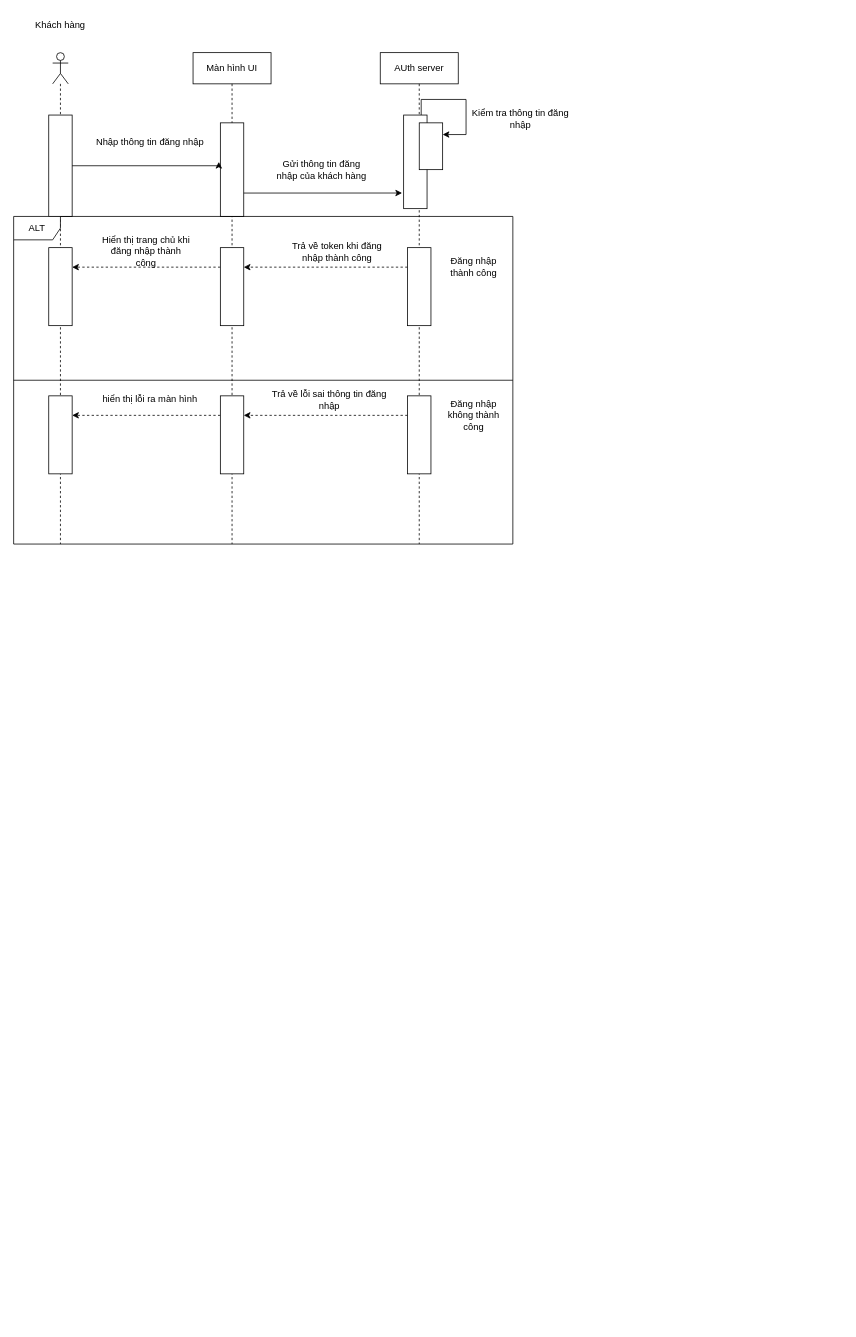
HungNguyen254/HNKS25CNTT1_IT105_Session10_BTTH1 keeps this draw.io diagram as BTTH1SS10.drawio. Above is the earlier version. Source tidied: cells renumbered, new cells numbered last; positions are measured from the earlier drawing's top-left corner, leaving out a move shared by most shapes. Both pictures are drawn from the tidied source at 78%, with x=0, y=0 at pixel (9, 13).
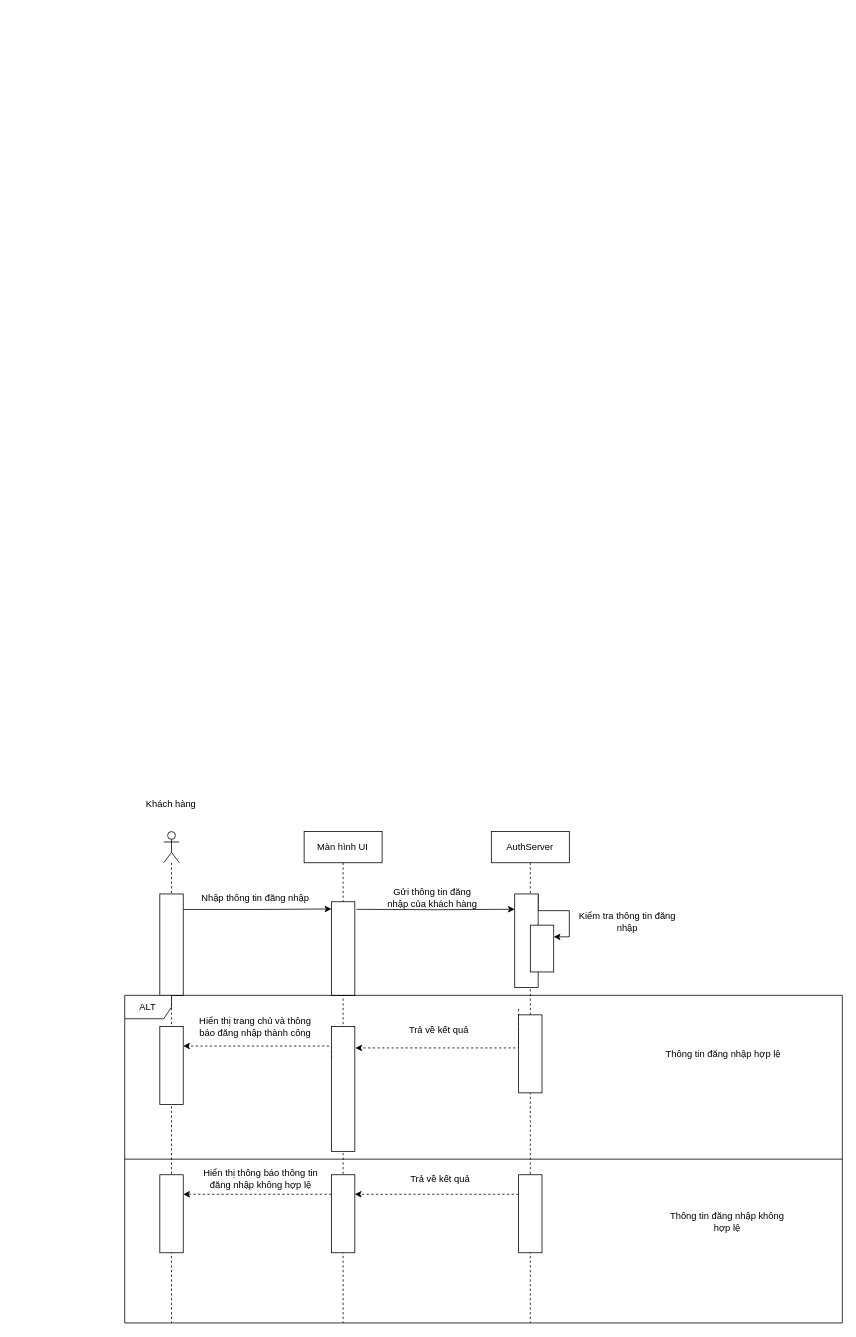
The same diagram, later.

The edit, as a diff of the source:
```diff
@@
-    <mxCell id="2" style="shape=umlLifeline;perimeter=lifelinePerimeter;whiteSpace=wrap;html=1;newEdgeStyle={&quot;curved&quot;:0,&quot;rounded&quot;:0};participant=umlActor;" parent="1" vertex="1">
-      <mxGeometry x="55" y="50" width="20" height="630" as="geometry" />
-    </mxCell>
+    <mxCell id="34" style="shape=umlLifeline;perimeter=lifelinePerimeter;whiteSpace=wrap;html=1;newEdgeStyle={&quot;curved&quot;:0,&quot;rounded&quot;:0};participant=umlActor;" parent="1" vertex="1">
+      <mxGeometry x="197.4" y="1048.6" width="20" height="630" as="geometry" />
+    </mxCell>
     <mxCell id="3" value="Khách hàng" style="text;html=1;whiteSpace=wrap;strokeColor=none;fillColor=none;align=center;verticalAlign=middle;rounded=0;" parent="1" vertex="1">
-      <mxGeometry x="25" width="80" height="30" as="geometry" />
+      <mxGeometry x="167.4" y="998.6" width="80" height="30" as="geometry" />
     </mxCell>
-    <mxCell id="4" value="AUth server" style="shape=umlLifeline;perimeter=lifelinePerimeter;whiteSpace=wrap;html=1;newEdgeStyle={&quot;curved&quot;:0,&quot;rounded&quot;:0};" parent="1" vertex="1">
-      <mxGeometry x="475" y="50" width="100" height="630" as="geometry" />
-    </mxCell>
+    <mxCell id="35" value="AuthServer" style="shape=umlLifeline;perimeter=lifelinePerimeter;whiteSpace=wrap;html=1;newEdgeStyle={&quot;curved&quot;:0,&quot;rounded&quot;:0};" parent="1" vertex="1">
+      <mxGeometry x="617.4" y="1048.6" width="100" height="630" as="geometry" />
+    </mxCell>
     <mxCell id="5" value="Màn hình UI" style="shape=umlLifeline;perimeter=lifelinePerimeter;whiteSpace=wrap;html=1;newEdgeStyle={&quot;curved&quot;:0,&quot;rounded&quot;:0};" parent="1" vertex="1">
-      <mxGeometry x="235" y="50" width="100" height="630" as="geometry" />
+      <mxGeometry x="377.4" y="1048.6" width="100" height="630" as="geometry" />
     </mxCell>
-    <mxCell id="6" style="whiteSpace=wrap;html=1;rotation=90;" parent="1" vertex="1">
-      <mxGeometry y="180" width="130" height="30" as="geometry" />
-    </mxCell>
-    <mxCell id="7" style="edgeStyle=orthogonalEdgeStyle;rounded=0;jettySize=auto;html=1;exitX=0;exitY=0.25;exitDx=0;exitDy=0;entryX=0.25;entryY=0;entryDx=0;entryDy=0;" parent="1" edge="1" source="8" target="14">
-      <mxGeometry relative="1" as="geometry">
-        <Array as="points">
-          <mxPoint x="527.5" y="110" />
-          <mxPoint x="585" y="110" />
-          <mxPoint x="585" y="155" />
-        </Array>
-      </mxGeometry>
-    </mxCell>
-    <mxCell id="8" style="whiteSpace=wrap;html=1;rotation=90;" parent="1" vertex="1">
-      <mxGeometry x="460" y="175" width="120" height="30" as="geometry" />
-    </mxCell>
-    <mxCell id="9" style="whiteSpace=wrap;html=1;rotation=90;" parent="1" vertex="1">
-      <mxGeometry x="225" y="185" width="120" height="30" as="geometry" />
-    </mxCell>
-    <mxCell id="10" style="edgeStyle=orthogonalEdgeStyle;rounded=0;jettySize=auto;html=1;exitX=0.5;exitY=0;exitDx=0;exitDy=0;entryX=0.417;entryY=1.067;entryDx=0;entryDy=0;entryPerimeter=0;" parent="1" edge="1" source="6" target="9">
-      <mxGeometry relative="1" as="geometry">
-        <Array as="points">
-          <mxPoint x="268" y="195" />
-        </Array>
-      </mxGeometry>
-    </mxCell>
+    <mxCell id="36" style="whiteSpace=wrap;html=1;rotation=90;" parent="1" vertex="1">
+      <mxGeometry x="142.4" y="1178.6" width="130" height="30" as="geometry" />
+    </mxCell>
+    <mxCell id="37" style="edgeStyle=orthogonalEdgeStyle;rounded=0;jettySize=auto;html=1;exitX=0;exitY=0;exitDx=0;exitDy=0;entryX=0.25;entryY=0;entryDx=0;entryDy=0;" parent="1" edge="1" source="38" target="41">
+      <mxGeometry relative="1" as="geometry">
+        <Array as="points">
+          <mxPoint x="677.4" y="1150" />
+          <mxPoint x="717.4" y="1150" />
+          <mxPoint x="717.4" y="1183.6" />
+        </Array>
+      </mxGeometry>
+    </mxCell>
+    <mxCell id="38" style="whiteSpace=wrap;html=1;rotation=90;" parent="1" vertex="1">
+      <mxGeometry x="602.4" y="1173.6" width="120" height="30" as="geometry" />
+    </mxCell>
+    <mxCell id="39" style="whiteSpace=wrap;html=1;rotation=90;" parent="1" vertex="1">
+      <mxGeometry x="367.4" y="1183.6" width="120" height="30" as="geometry" />
+    </mxCell>
     <mxCell id="11" value="Nhập thông tin đăng nhập" style="text;html=1;whiteSpace=wrap;strokeColor=none;fillColor=none;align=center;verticalAlign=middle;rounded=0;" parent="1" vertex="1">
-      <mxGeometry x="105" y="150" width="150" height="30" as="geometry" />
+      <mxGeometry x="240" y="1118.6" width="150" height="30" as="geometry" />
     </mxCell>
-    <mxCell id="12" style="edgeStyle=orthogonalEdgeStyle;rounded=0;jettySize=auto;html=1;exitX=0.75;exitY=0;exitDx=0;exitDy=0;entryX=0.833;entryY=1.067;entryDx=0;entryDy=0;entryPerimeter=0;" parent="1" edge="1" source="9" target="8">
-      <mxGeometry relative="1" as="geometry" />
-    </mxCell>
+    <mxCell id="40" style="edgeStyle=orthogonalEdgeStyle;rounded=0;orthogonalLoop=1;jettySize=auto;html=1;exitX=0.75;exitY=0;exitDx=0;exitDy=0;entryX=0.833;entryY=1.067;entryDx=0;entryDy=0;entryPerimeter=0;" parent="1" edge="1">
+      <mxGeometry relative="1" as="geometry">
+        <mxPoint x="444.5" y="1148.3" as="sourcePoint" />
+        <mxPoint x="647.4" y="1148.2" as="targetPoint" />
+      </mxGeometry>
+    </mxCell>
     <mxCell id="13" value="Gửi thông tin đăng nhập của khách hàng" style="text;html=1;whiteSpace=wrap;strokeColor=none;fillColor=none;align=center;verticalAlign=middle;rounded=0;" parent="1" vertex="1">
-      <mxGeometry x="335" y="185" width="130" height="30" as="geometry" />
+      <mxGeometry x="477.4" y="1118.6" width="130" height="30" as="geometry" />
     </mxCell>
-    <mxCell id="14" style="whiteSpace=wrap;html=1;rotation=90;" parent="1" vertex="1">
-      <mxGeometry x="510" y="155" width="60" height="30" as="geometry" />
-    </mxCell>
+    <mxCell id="41" style="whiteSpace=wrap;html=1;rotation=90;" parent="1" vertex="1">
+      <mxGeometry x="652.4" y="1183.6" width="60" height="30" as="geometry" />
+    </mxCell>
     <mxCell id="15" value="Kiểm tra thông tin đăng nhập" style="text;html=1;whiteSpace=wrap;strokeColor=none;fillColor=none;align=center;verticalAlign=middle;rounded=0;" parent="1" vertex="1">
-      <mxGeometry x="585" y="120" width="140" height="30" as="geometry" />
+      <mxGeometry x="722" y="1148.6" width="140" height="30" as="geometry" />
     </mxCell>
     <mxCell id="16" value="ALT" style="shape=umlFrame;whiteSpace=wrap;html=1;" parent="1" vertex="1">
-      <mxGeometry x="5" y="260" width="640" height="420" as="geometry" />
+      <mxGeometry x="147.4" y="1258.6" width="920" height="420" as="geometry" />
     </mxCell>
-    <mxCell id="17" style="edgeStyle=orthogonalEdgeStyle;rounded=0;jettySize=auto;html=1;exitX=0.25;exitY=1;exitDx=0;exitDy=0;entryX=0.25;entryY=0;entryDx=0;entryDy=0;dashed=1;" parent="1" edge="1" source="18" target="20">
-      <mxGeometry relative="1" as="geometry" />
-    </mxCell>
-    <mxCell id="18" style="whiteSpace=wrap;html=1;rotation=90;" parent="1" vertex="1">
-      <mxGeometry x="475" y="335" width="100" height="30" as="geometry" />
-    </mxCell>
-    <mxCell id="19" style="edgeStyle=orthogonalEdgeStyle;rounded=0;jettySize=auto;html=1;exitX=0.25;exitY=1;exitDx=0;exitDy=0;entryX=0.25;entryY=0;entryDx=0;entryDy=0;dashed=1;" parent="1" edge="1" source="20" target="21">
-      <mxGeometry relative="1" as="geometry" />
-    </mxCell>
-    <mxCell id="20" style="whiteSpace=wrap;html=1;rotation=90;" parent="1" vertex="1">
-      <mxGeometry x="235" y="335" width="100" height="30" as="geometry" />
-    </mxCell>
-    <mxCell id="21" style="whiteSpace=wrap;html=1;rotation=90;" parent="1" vertex="1">
-      <mxGeometry x="15" y="335" width="100" height="30" as="geometry" />
-    </mxCell>
-    <mxCell id="22" value="Trả về token khi đăng nhập thành công" style="text;html=1;whiteSpace=wrap;strokeColor=none;fillColor=none;align=center;verticalAlign=middle;rounded=0;" parent="1" vertex="1">
-      <mxGeometry x="355" y="290" width="130" height="30" as="geometry" />
-    </mxCell>
-    <mxCell id="23" value="Hiển thị trang chủ khi đăng nhập thành công" style="text;html=1;whiteSpace=wrap;strokeColor=none;fillColor=none;align=center;verticalAlign=middle;rounded=0;" parent="1" vertex="1">
-      <mxGeometry x="115" y="290" width="120" height="30" as="geometry" />
-    </mxCell>
-    <mxCell id="24" style="line;strokeWidth=1;fillColor=none;align=left;verticalAlign=middle;spacingTop=-1;spacingLeft=3;spacingRight=3;labelPosition=right;strokeColor=inherit;" parent="1" vertex="1">
-      <mxGeometry x="5" y="466" width="640" height="8" as="geometry" />
-    </mxCell>
-    <mxCell id="25" value="Đăng nhập thành công" style="text;html=1;whiteSpace=wrap;strokeColor=none;fillColor=none;align=center;verticalAlign=middle;rounded=0;" parent="1" vertex="1">
-      <mxGeometry x="555" y="310" width="80" height="30" as="geometry" />
-    </mxCell>
-    <mxCell id="26" style="edgeStyle=orthogonalEdgeStyle;rounded=0;jettySize=auto;html=1;exitX=0.25;exitY=1;exitDx=0;exitDy=0;entryX=0.25;entryY=0;entryDx=0;entryDy=0;dashed=1;" parent="1" edge="1" source="27" target="29">
-      <mxGeometry relative="1" as="geometry" />
-    </mxCell>
-    <mxCell id="27" style="whiteSpace=wrap;html=1;rotation=90;" parent="1" vertex="1">
-      <mxGeometry x="475" y="525" width="100" height="30" as="geometry" />
-    </mxCell>
-    <mxCell id="28" style="edgeStyle=orthogonalEdgeStyle;rounded=0;jettySize=auto;html=1;exitX=0.25;exitY=1;exitDx=0;exitDy=0;entryX=0.25;entryY=0;entryDx=0;entryDy=0;dashed=1;" parent="1" edge="1" source="29" target="30">
-      <mxGeometry relative="1" as="geometry" />
-    </mxCell>
-    <mxCell id="29" style="whiteSpace=wrap;html=1;rotation=90;" parent="1" vertex="1">
-      <mxGeometry x="235" y="525" width="100" height="30" as="geometry" />
-    </mxCell>
-    <mxCell id="30" style="whiteSpace=wrap;html=1;rotation=90;" parent="1" vertex="1">
-      <mxGeometry x="15" y="525" width="100" height="30" as="geometry" />
-    </mxCell>
-    <mxCell id="31" value="Đăng nhập không thành công" style="text;html=1;whiteSpace=wrap;strokeColor=none;fillColor=none;align=center;verticalAlign=middle;rounded=0;" parent="1" vertex="1">
-      <mxGeometry x="550" y="500" width="90" height="30" as="geometry" />
-    </mxCell>
-    <mxCell id="32" value="Trả về lỗi sai thông tin đăng nhập" style="text;html=1;whiteSpace=wrap;strokeColor=none;fillColor=none;align=center;verticalAlign=middle;rounded=0;" parent="1" vertex="1">
-      <mxGeometry x="335" y="480" width="150" height="30" as="geometry" />
-    </mxCell>
-    <mxCell id="33" value="hiển thị lỗi ra màn hình" style="text;html=1;whiteSpace=wrap;strokeColor=none;fillColor=none;align=center;verticalAlign=middle;rounded=0;" parent="1" vertex="1">
-      <mxGeometry x="105" y="480" width="150" height="30" as="geometry" />
-    </mxCell>
+    <mxCell id="42" style="edgeStyle=orthogonalEdgeStyle;rounded=0;orthogonalLoop=1;jettySize=auto;html=1;exitX=0.5;exitY=1;exitDx=0;exitDy=0;entryX=0.803;entryY=-0.025;entryDx=0;entryDy=0;dashed=1;entryPerimeter=0;" parent="1" edge="1">
+      <mxGeometry relative="1" as="geometry">
+        <mxPoint x="652.4" y="1276" as="sourcePoint" />
+        <mxPoint x="443.2" y="1326" as="targetPoint" />
+        <Array as="points">
+          <mxPoint x="652.4" y="1326" />
+        </Array>
+      </mxGeometry>
+    </mxCell>
+    <mxCell id="43" style="whiteSpace=wrap;html=1;rotation=90;" parent="1" vertex="1">
+      <mxGeometry x="617.4" y="1318.6" width="100" height="30" as="geometry" />
+    </mxCell>
+    <mxCell id="44" style="edgeStyle=orthogonalEdgeStyle;rounded=0;jettySize=auto;html=1;exitX=0.25;exitY=1;exitDx=0;exitDy=0;entryX=0.25;entryY=0;entryDx=0;entryDy=0;dashed=1;" parent="1" edge="1" source="45" target="46">
+      <mxGeometry relative="1" as="geometry">
+        <Array as="points">
+          <mxPoint x="412.4" y="1323.5" />
+        </Array>
+      </mxGeometry>
+    </mxCell>
+    <mxCell id="45" style="whiteSpace=wrap;html=1;rotation=90;" parent="1" vertex="1">
+      <mxGeometry x="347.4" y="1363.6" width="160" height="30" as="geometry" />
+    </mxCell>
+    <mxCell id="46" style="whiteSpace=wrap;html=1;rotation=90;" parent="1" vertex="1">
+      <mxGeometry x="157.4" y="1333.6" width="100" height="30" as="geometry" />
+    </mxCell>
+    <mxCell id="47" value="Trả về kết quả&amp;nbsp;" style="text;html=1;whiteSpace=wrap;strokeColor=none;fillColor=none;align=center;verticalAlign=middle;rounded=0;" parent="1" vertex="1">
+      <mxGeometry x="487.4" y="1288.6" width="130" height="30" as="geometry" />
+    </mxCell>
+    <mxCell id="48" value="Hiển thị trang chủ và thông báo đăng nhập thành công" style="text;html=1;whiteSpace=wrap;strokeColor=none;fillColor=none;align=center;verticalAlign=middle;rounded=0;" parent="1" vertex="1">
+      <mxGeometry x="240" y="1283.6" width="150" height="30" as="geometry" />
+    </mxCell>
+    <mxCell id="49" style="line;strokeWidth=1;fillColor=none;align=left;verticalAlign=middle;spacingTop=-1;spacingLeft=3;spacingRight=3;labelPosition=right;strokeColor=inherit;" parent="1" vertex="1">
+      <mxGeometry x="147.4" y="1464.6" width="920" height="8" as="geometry" />
+    </mxCell>
+    <mxCell id="50" value="Thông tin đăng nhập hợp lệ" style="text;html=1;whiteSpace=wrap;strokeColor=none;fillColor=none;align=center;verticalAlign=middle;rounded=0;" parent="1" vertex="1">
+      <mxGeometry x="835" y="1288.6" width="160" height="90" as="geometry" />
+    </mxCell>
+    <mxCell id="51" style="edgeStyle=orthogonalEdgeStyle;rounded=0;jettySize=auto;html=1;exitX=0.25;exitY=1;exitDx=0;exitDy=0;entryX=0.25;entryY=0;entryDx=0;entryDy=0;dashed=1;" parent="1" edge="1" source="52" target="54">
+      <mxGeometry relative="1" as="geometry" />
+    </mxCell>
+    <mxCell id="52" style="whiteSpace=wrap;html=1;rotation=90;" parent="1" vertex="1">
+      <mxGeometry x="617.4" y="1523.6" width="100" height="30" as="geometry" />
+    </mxCell>
+    <mxCell id="53" style="edgeStyle=orthogonalEdgeStyle;rounded=0;jettySize=auto;html=1;exitX=0.25;exitY=1;exitDx=0;exitDy=0;entryX=0.25;entryY=0;entryDx=0;entryDy=0;dashed=1;" parent="1" edge="1" source="54" target="55">
+      <mxGeometry relative="1" as="geometry" />
+    </mxCell>
+    <mxCell id="54" style="whiteSpace=wrap;html=1;rotation=90;" parent="1" vertex="1">
+      <mxGeometry x="377.4" y="1523.6" width="100" height="30" as="geometry" />
+    </mxCell>
+    <mxCell id="55" style="whiteSpace=wrap;html=1;rotation=90;" parent="1" vertex="1">
+      <mxGeometry x="157.4" y="1523.6" width="100" height="30" as="geometry" />
+    </mxCell>
+    <mxCell id="56" value="Thông tin đăng nhập không hợp lệ" style="text;html=1;whiteSpace=wrap;strokeColor=none;fillColor=none;align=center;verticalAlign=middle;rounded=0;" parent="1" vertex="1">
+      <mxGeometry x="835" y="1508.6" width="170" height="80" as="geometry" />
+    </mxCell>
+    <mxCell id="57" value="Trả về kết quả" style="text;html=1;whiteSpace=wrap;strokeColor=none;fillColor=none;align=center;verticalAlign=middle;rounded=0;" parent="1" vertex="1">
+      <mxGeometry x="477.4" y="1478.6" width="150" height="30" as="geometry" />
+    </mxCell>
+    <mxCell id="58" value="Hiển thị thông báo thông tin đăng nhập không hợp lệ" style="text;html=1;whiteSpace=wrap;strokeColor=none;fillColor=none;align=center;verticalAlign=middle;rounded=0;" parent="1" vertex="1">
+      <mxGeometry x="247.4" y="1478.6" width="150" height="30" as="geometry" />
+    </mxCell>
+    <mxCell id="59" style="edgeStyle=orthogonalEdgeStyle;rounded=0;orthogonalLoop=1;jettySize=auto;html=1;exitX=0.5;exitY=0;exitDx=0;exitDy=0;entryX=0.452;entryY=1.011;entryDx=0;entryDy=0;entryPerimeter=0;" parent="1" edge="1">
+      <mxGeometry relative="1" as="geometry">
+        <mxPoint x="222.8" y="1148.5" as="sourcePoint" />
+        <mxPoint x="412.4" y="1147.8" as="targetPoint" />
+        <Array as="points">
+          <mxPoint x="317.7" y="1148.6" />
+        </Array>
+      </mxGeometry>
+    </mxCell>
```
